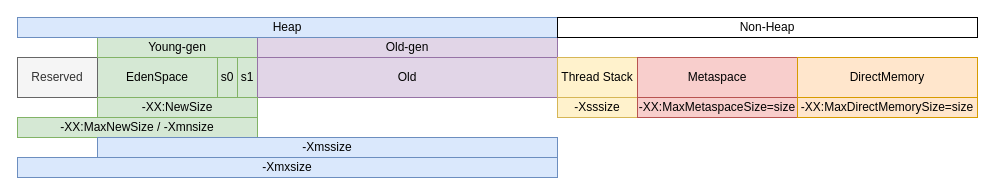
sciatta/draw keeps this draw.io diagram as develop-stack/develop/java/jvm/component/jvm_memory_parameter_relationship.drawio. Above is the earlier version. Source tidied: cells renumbered, new cells numbered last; positions are measured from the earlier drawing's top-left corner, leaving out a move shared by most shapes. Both pictures are drawn from the tidied source at 100%, with x=0, y=0 at pixel (17, 17).
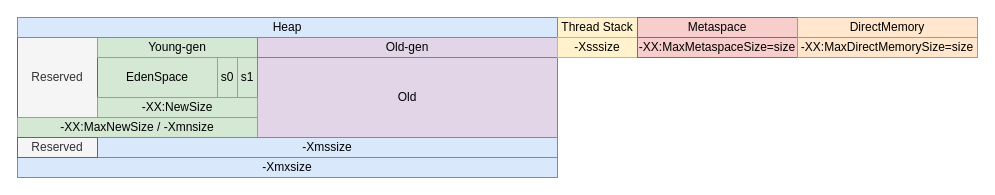
After the change.

Commit message:
内存参数关系优化

The edit, as a diff of the source:
```diff
@@
     <mxCell id="5" value="Reserved" style="rounded=0;whiteSpace=wrap;html=1;fillColor=#f5f5f5;strokeColor=#666666;fontColor=#333333;" parent="1" vertex="1">
-      <mxGeometry y="40" width="80" height="40" as="geometry" />
+      <mxGeometry y="20" width="80" height="80" as="geometry" />
     </mxCell>
     <mxCell id="6" value="Old" style="rounded=0;whiteSpace=wrap;html=1;fillColor=#e1d5e7;strokeColor=#9673a6;" parent="1" vertex="1">
-      <mxGeometry x="240" y="40" width="300" height="40" as="geometry" />
+      <mxGeometry x="240" y="40" width="300" height="80" as="geometry" />
     </mxCell>
@@
     <mxCell id="9" value="Thread Stack" style="rounded=0;whiteSpace=wrap;html=1;fillColor=#fff2cc;strokeColor=#d6b656;" parent="1" vertex="1">
-      <mxGeometry x="540" y="40" width="80" height="40" as="geometry" />
+      <mxGeometry x="540" width="80" height="20" as="geometry" />
     </mxCell>
     <mxCell id="10" value="Metaspace" style="rounded=0;whiteSpace=wrap;html=1;fillColor=#f8cecc;strokeColor=#b85450;" parent="1" vertex="1">
-      <mxGeometry x="620" y="40" width="160" height="40" as="geometry" />
+      <mxGeometry x="620" width="160" height="20" as="geometry" />
     </mxCell>
@@
     <mxCell id="16" value="&lt;span style=&quot;white-space: nowrap&quot;&gt;-Xsssize&lt;/span&gt;" style="rounded=0;whiteSpace=wrap;html=1;fillColor=#fff2cc;strokeColor=#d6b656;" parent="1" vertex="1">
-      <mxGeometry x="540" y="80" width="80" height="20" as="geometry" />
+      <mxGeometry x="540" y="20" width="80" height="20" as="geometry" />
     </mxCell>
-    <mxCell id="17" value="Non-Heap" style="rounded=0;whiteSpace=wrap;html=1;" parent="1" vertex="1">
-      <mxGeometry x="540" width="420" height="20" as="geometry" />
-    </mxCell>
     <mxCell id="18" value="&lt;div&gt;&lt;span style=&quot;white-space: nowrap&quot;&gt;-XX:MaxMetaspaceSize=size&lt;/span&gt;&lt;/div&gt;" style="rounded=0;whiteSpace=wrap;html=1;fillColor=#f8cecc;strokeColor=#b85450;" parent="1" vertex="1">
-      <mxGeometry x="620" y="80" width="160" height="20" as="geometry" />
+      <mxGeometry x="620" y="20" width="160" height="20" as="geometry" />
     </mxCell>
     <mxCell id="19" value="&lt;span style=&quot;white-space: nowrap&quot;&gt;-XX:MaxDirectMemorySize=size&lt;/span&gt;" style="rounded=0;whiteSpace=wrap;html=1;fillColor=#ffe6cc;strokeColor=#d79b00;" parent="1" vertex="1">
-      <mxGeometry x="780" y="80" width="180" height="20" as="geometry" />
+      <mxGeometry x="780" y="20" width="180" height="20" as="geometry" />
     </mxCell>
     <mxCell id="20" value="&lt;span style=&quot;white-space: nowrap&quot;&gt;DirectMemory&lt;/span&gt;" style="rounded=0;whiteSpace=wrap;html=1;fillColor=#ffe6cc;strokeColor=#d79b00;" parent="1" vertex="1">
-      <mxGeometry x="780" y="40" width="180" height="40" as="geometry" />
+      <mxGeometry x="780" width="180" height="20" as="geometry" />
     </mxCell>
+    <mxCell id="21" value="Reserved" style="rounded=0;whiteSpace=wrap;html=1;fillColor=#f5f5f5;strokeColor=#666666;fontColor=#333333;" parent="1" vertex="1">
+      <mxGeometry y="120" width="80" height="20" as="geometry" />
+    </mxCell>
```
